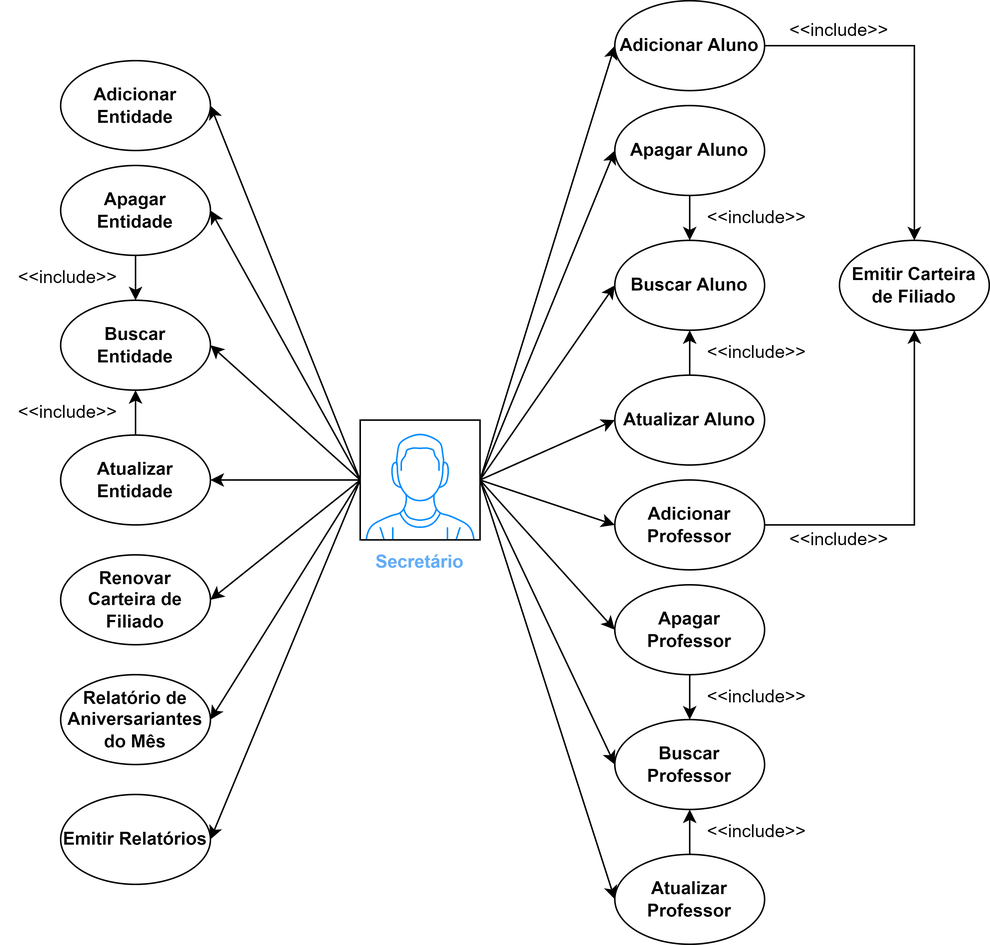
Earlier version of the draw.io export Arquivos Projeto 2022/Novos Diagramas/Diagrama de Casos de Uso.png (Jovenasso/SistemaJudocas2022). Source tidied: cells renumbered, new cells last; positions are measured from the earlier drawing's top-left corner, leaving out a move shared by most shapes.
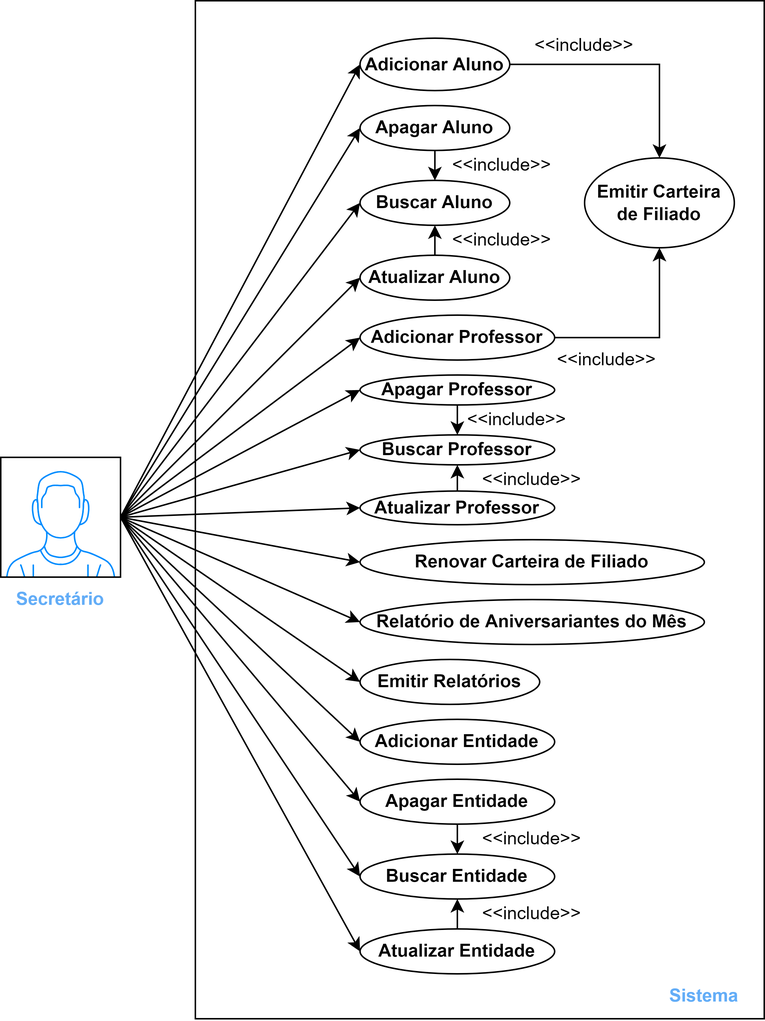
Later version of the same file.

Commit message:
Alteração Diagrama de Casos de Uso

Diff of the diagram source:
```diff
@@ -3,10 +3,10 @@
     <mxCell id="0" />
     <mxCell id="1" parent="0" />
     <mxCell id="2" style="verticalLabelPosition=bottom;shadow=0;dashed=0;align=center;html=1;verticalAlign=top;strokeWidth=1;shape=mxgraph.mockup.containers.userMale;strokeColor=default;strokeColor2=#008cff;fillColor=default;" parent="1" vertex="1">
-      <mxGeometry x="240" y="280" width="80" height="80" as="geometry" />
+      <mxGeometry x="170" y="280" width="80" height="80" as="geometry" />
     </mxCell>
     <mxCell id="3" value="Secretário" style="text;html=1;strokeColor=none;fillColor=none;align=center;verticalAlign=middle;whiteSpace=wrap;rounded=0;fontColor=#63ADF7;fontStyle=1;" parent="1" vertex="1">
-      <mxGeometry x="240" y="360" width="80" height="30" as="geometry" />
+      <mxGeometry x="170" y="360" width="80" height="30" as="geometry" />
     </mxCell>
     <mxCell id="4" style="rounded=0;jettySize=auto;html=1;exitX=1;exitY=0.5;exitDx=0;exitDy=0;entryX=0;entryY=0.5;entryDx=0;entryDy=0;" parent="1" edge="1" source="19" target="38">
       <mxGeometry relative="1" as="geometry" />
@@ -32,125 +32,131 @@
     <mxCell id="11" style="edgeStyle=none;rounded=0;jettySize=auto;html=1;exitX=1;exitY=0.5;exitDx=0;exitDy=0;entryX=0;entryY=0.5;entryDx=0;entryDy=0;" parent="1" edge="1" source="19" target="22">
       <mxGeometry relative="1" as="geometry" />
     </mxCell>
-    <mxCell id="12" style="edgeStyle=none;rounded=0;jettySize=auto;html=1;exitX=0;exitY=0.5;exitDx=0;exitDy=0;entryX=1;entryY=0.5;entryDx=0;entryDy=0;" parent="1" edge="1" source="19" target="41">
+    <mxCell id="12" style="edgeStyle=none;rounded=0;jettySize=auto;html=1;exitX=1;exitY=0.5;exitDx=0;exitDy=0;entryX=0;entryY=0.5;entryDx=0;entryDy=0;fontSize=11;" parent="1" edge="1" source="19" target="49">
       <mxGeometry relative="1" as="geometry" />
     </mxCell>
-    <mxCell id="13" style="edgeStyle=none;rounded=0;jettySize=auto;html=1;exitX=0;exitY=0.5;exitDx=0;exitDy=0;entryX=1;entryY=0.5;entryDx=0;entryDy=0;" parent="1" edge="1" source="19" target="44">
+    <mxCell id="13" style="edgeStyle=none;rounded=0;jettySize=auto;html=1;exitX=1;exitY=0.5;exitDx=0;exitDy=0;entryX=0;entryY=0.5;entryDx=0;entryDy=0;fontSize=11;" parent="1" edge="1" source="19" target="50">
       <mxGeometry relative="1" as="geometry" />
     </mxCell>
-    <mxCell id="14" style="edgeStyle=none;rounded=0;jettySize=auto;html=1;exitX=0;exitY=0.5;exitDx=0;exitDy=0;entryX=1;entryY=0.5;entryDx=0;entryDy=0;" parent="1" edge="1" source="19" target="47">
+    <mxCell id="14" style="edgeStyle=none;rounded=0;jettySize=auto;html=1;exitX=1;exitY=0.5;exitDx=0;exitDy=0;entryX=0;entryY=0.5;entryDx=0;entryDy=0;fontSize=11;" parent="1" edge="1" source="19" target="51">
       <mxGeometry relative="1" as="geometry" />
     </mxCell>
-    <mxCell id="15" style="edgeStyle=none;rounded=0;jettySize=auto;html=1;exitX=0;exitY=0.5;exitDx=0;exitDy=0;entryX=1;entryY=0.5;entryDx=0;entryDy=0;" parent="1" edge="1" source="19" target="46">
+    <mxCell id="15" style="edgeStyle=none;rounded=0;jettySize=auto;html=1;exitX=1;exitY=0.5;exitDx=0;exitDy=0;entryX=0;entryY=0.5;entryDx=0;entryDy=0;fontSize=11;" parent="1" edge="1" source="19" target="41">
       <mxGeometry relative="1" as="geometry" />
     </mxCell>
-    <mxCell id="16" style="edgeStyle=none;rounded=0;jettySize=auto;html=1;exitX=0;exitY=0.5;exitDx=0;exitDy=0;entryX=1;entryY=0.5;entryDx=0;entryDy=0;" parent="1" edge="1" source="19" target="49">
+    <mxCell id="16" style="edgeStyle=none;rounded=0;jettySize=auto;html=1;exitX=1;exitY=0.5;exitDx=0;exitDy=0;entryX=0;entryY=0.5;entryDx=0;entryDy=0;fontSize=11;" parent="1" edge="1" source="19" target="44">
       <mxGeometry relative="1" as="geometry" />
     </mxCell>
-    <mxCell id="17" style="edgeStyle=none;rounded=0;jettySize=auto;html=1;exitX=0;exitY=0.5;exitDx=0;exitDy=0;entryX=1;entryY=0.5;entryDx=0;entryDy=0;" parent="1" edge="1" source="19" target="50">
+    <mxCell id="17" style="edgeStyle=none;rounded=0;jettySize=auto;html=1;exitX=1;exitY=0.5;exitDx=0;exitDy=0;entryX=0;entryY=0.5;entryDx=0;entryDy=0;fontSize=11;" parent="1" edge="1" source="19" target="47">
       <mxGeometry relative="1" as="geometry" />
     </mxCell>
-    <mxCell id="18" style="edgeStyle=none;rounded=0;jettySize=auto;html=1;exitX=0;exitY=0.5;exitDx=0;exitDy=0;entryX=1;entryY=0.5;entryDx=0;entryDy=0;" parent="1" edge="1" source="19" target="51">
+    <mxCell id="18" style="edgeStyle=none;rounded=0;jettySize=auto;html=1;exitX=1;exitY=0.5;exitDx=0;exitDy=0;entryX=0;entryY=0.5;entryDx=0;entryDy=0;fontSize=11;" parent="1" edge="1" source="19" target="46">
       <mxGeometry relative="1" as="geometry" />
     </mxCell>
     <mxCell id="19" style="whiteSpace=wrap;html=1;strokeColor=default;fontColor=#63ADF7;fillColor=none;" parent="1" vertex="1">
-      <mxGeometry x="240" y="280" width="80" height="80" as="geometry" />
+      <mxGeometry x="170" y="280" width="80" height="80" as="geometry" />
     </mxCell>
     <mxCell id="20" value="&amp;lt;&amp;lt;include&amp;gt;&amp;gt;" style="text;html=1;strokeColor=none;fillColor=none;align=center;verticalAlign=middle;whiteSpace=wrap;rounded=0;fontColor=#000000;" parent="1" vertex="1">
-      <mxGeometry x="460" y="130" width="90" height="30" as="geometry" />
+      <mxGeometry x="460" y="75" width="90" height="20" as="geometry" />
     </mxCell>
     <mxCell id="21" style="edgeStyle=orthogonalEdgeStyle;rounded=0;jettySize=auto;html=1;exitX=1;exitY=0.5;exitDx=0;exitDy=0;entryX=0.5;entryY=0;entryDx=0;entryDy=0;" parent="1" edge="1" source="22" target="31">
       <mxGeometry relative="1" as="geometry" />
     </mxCell>
     <mxCell id="22" value="Adicionar Aluno" style="ellipse;whiteSpace=wrap;html=1;strokeColor=default;fontColor=#000000;fillColor=none;fontStyle=1;" parent="1" vertex="1">
-      <mxGeometry x="410" width="100" height="60" as="geometry" />
+      <mxGeometry x="410" width="100" height="35" as="geometry" />
     </mxCell>
     <mxCell id="23" style="edgeStyle=orthogonalEdgeStyle;rounded=0;jettySize=auto;html=1;exitX=0.5;exitY=1;exitDx=0;exitDy=0;entryX=0.5;entryY=0;entryDx=0;entryDy=0;" parent="1" edge="1" source="24" target="27">
       <mxGeometry relative="1" as="geometry" />
     </mxCell>
     <mxCell id="24" value="Apagar Aluno" style="ellipse;whiteSpace=wrap;html=1;strokeColor=default;fontColor=#000000;fillColor=none;fontStyle=1;" parent="1" vertex="1">
-      <mxGeometry x="410" y="70" width="100" height="60" as="geometry" />
+      <mxGeometry x="410" y="45" width="100" height="30" as="geometry" />
     </mxCell>
     <mxCell id="25" style="edgeStyle=orthogonalEdgeStyle;rounded=0;jettySize=auto;html=1;exitX=0.5;exitY=0;exitDx=0;exitDy=0;entryX=0.5;entryY=1;entryDx=0;entryDy=0;" parent="1" edge="1" source="26" target="27">
       <mxGeometry relative="1" as="geometry" />
     </mxCell>
     <mxCell id="26" value="Atualizar Aluno" style="ellipse;whiteSpace=wrap;html=1;strokeColor=default;fontColor=#000000;fillColor=none;fontStyle=1;" parent="1" vertex="1">
-      <mxGeometry x="410" y="250" width="100" height="60" as="geometry" />
+      <mxGeometry x="410" y="145" width="100" height="30" as="geometry" />
     </mxCell>
     <mxCell id="27" value="Buscar Aluno" style="ellipse;whiteSpace=wrap;html=1;strokeColor=default;fontColor=#000000;fillColor=none;fontStyle=1;" parent="1" vertex="1">
-      <mxGeometry x="410" y="160" width="100" height="60" as="geometry" />
+      <mxGeometry x="410" y="95" width="100" height="30" as="geometry" />
     </mxCell>
     <mxCell id="28" value="&amp;lt;&amp;lt;include&amp;gt;&amp;gt;" style="text;html=1;strokeColor=none;fillColor=none;align=center;verticalAlign=middle;whiteSpace=wrap;rounded=0;fontColor=#000000;" parent="1" vertex="1">
-      <mxGeometry x="460" y="220" width="90" height="30" as="geometry" />
+      <mxGeometry x="460" y="125" width="90" height="20" as="geometry" />
     </mxCell>
     <mxCell id="29" style="edgeStyle=orthogonalEdgeStyle;rounded=0;jettySize=auto;html=1;exitX=1;exitY=0.5;exitDx=0;exitDy=0;entryX=0.5;entryY=1;entryDx=0;entryDy=0;" parent="1" edge="1" source="30" target="31">
       <mxGeometry relative="1" as="geometry" />
     </mxCell>
     <mxCell id="30" value="Adicionar Professor" style="ellipse;whiteSpace=wrap;html=1;strokeColor=default;fontColor=#000000;fillColor=none;fontStyle=1;" parent="1" vertex="1">
-      <mxGeometry x="410" y="320" width="100" height="60" as="geometry" />
+      <mxGeometry x="410" y="185" width="130" height="30" as="geometry" />
     </mxCell>
     <mxCell id="31" value="Emitir Carteira de Filiado" style="ellipse;whiteSpace=wrap;html=1;strokeColor=default;fontColor=#000000;fillColor=none;fontStyle=1;" parent="1" vertex="1">
-      <mxGeometry x="560" y="160" width="100" height="60" as="geometry" />
+      <mxGeometry x="560" y="80" width="100" height="60" as="geometry" />
     </mxCell>
     <mxCell id="32" value="&amp;lt;&amp;lt;include&amp;gt;&amp;gt;" style="text;html=1;strokeColor=none;fillColor=none;align=center;verticalAlign=middle;whiteSpace=wrap;rounded=0;fontColor=#000000;" parent="1" vertex="1">
-      <mxGeometry x="510" y="10" width="100" height="20" as="geometry" />
+      <mxGeometry x="510" y="-5" width="100" height="20" as="geometry" />
     </mxCell>
     <mxCell id="33" value="&amp;lt;&amp;lt;include&amp;gt;&amp;gt;" style="text;html=1;strokeColor=none;fillColor=none;align=center;verticalAlign=middle;whiteSpace=wrap;rounded=0;fontColor=#000000;" parent="1" vertex="1">
-      <mxGeometry x="510" y="350" width="100" height="20" as="geometry" />
+      <mxGeometry x="540" y="205" width="70" height="20" as="geometry" />
     </mxCell>
     <mxCell id="34" value="&amp;lt;&amp;lt;include&amp;gt;&amp;gt;" style="text;html=1;strokeColor=none;fillColor=none;align=center;verticalAlign=middle;whiteSpace=wrap;rounded=0;fontColor=#000000;" parent="1" vertex="1">
-      <mxGeometry x="460" y="450" width="90" height="30" as="geometry" />
+      <mxGeometry x="480" y="285" width="90" height="20" as="geometry" />
     </mxCell>
     <mxCell id="35" style="edgeStyle=orthogonalEdgeStyle;rounded=0;jettySize=auto;html=1;exitX=0.5;exitY=1;exitDx=0;exitDy=0;entryX=0.5;entryY=0;entryDx=0;entryDy=0;" parent="1" edge="1" source="36" target="39">
       <mxGeometry relative="1" as="geometry" />
     </mxCell>
     <mxCell id="36" value="Apagar Professor" style="ellipse;whiteSpace=wrap;html=1;strokeColor=default;fontColor=#000000;fillColor=none;fontStyle=1;" parent="1" vertex="1">
-      <mxGeometry x="410" y="390" width="100" height="60" as="geometry" />
+      <mxGeometry x="410" y="225" width="130" height="20" as="geometry" />
     </mxCell>
     <mxCell id="37" style="edgeStyle=orthogonalEdgeStyle;rounded=0;jettySize=auto;html=1;exitX=0.5;exitY=0;exitDx=0;exitDy=0;entryX=0.5;entryY=1;entryDx=0;entryDy=0;" parent="1" edge="1" source="38" target="39">
       <mxGeometry relative="1" as="geometry" />
     </mxCell>
     <mxCell id="38" value="Atualizar Professor" style="ellipse;whiteSpace=wrap;html=1;strokeColor=default;fontColor=#000000;fillColor=none;fontStyle=1;" parent="1" vertex="1">
-      <mxGeometry x="410" y="570" width="100" height="60" as="geometry" />
+      <mxGeometry x="410" y="302.5" width="130" height="22.5" as="geometry" />
     </mxCell>
     <mxCell id="39" value="Buscar Professor" style="ellipse;whiteSpace=wrap;html=1;strokeColor=default;fontColor=#000000;fillColor=none;fontStyle=1;" parent="1" vertex="1">
-      <mxGeometry x="410" y="480" width="100" height="60" as="geometry" />
+      <mxGeometry x="410" y="265" width="130" height="20" as="geometry" />
     </mxCell>
     <mxCell id="40" value="&amp;lt;&amp;lt;include&amp;gt;&amp;gt;" style="text;html=1;strokeColor=none;fillColor=none;align=center;verticalAlign=middle;whiteSpace=wrap;rounded=0;fontColor=#000000;" parent="1" vertex="1">
-      <mxGeometry x="460" y="540" width="90" height="30" as="geometry" />
+      <mxGeometry x="470" y="245" width="90" height="20" as="geometry" />
     </mxCell>
     <mxCell id="41" value="Adicionar Entidade" style="ellipse;whiteSpace=wrap;html=1;strokeColor=default;fontColor=#000000;fillColor=none;fontStyle=1;" parent="1" vertex="1">
-      <mxGeometry x="40" y="40" width="100" height="60" as="geometry" />
+      <mxGeometry x="410" y="455" width="130" height="30" as="geometry" />
     </mxCell>
     <mxCell id="42" value="&amp;lt;&amp;lt;include&amp;gt;&amp;gt;" style="text;html=1;strokeColor=none;fillColor=none;align=center;verticalAlign=middle;whiteSpace=wrap;rounded=0;fontColor=#000000;" parent="1" vertex="1">
-      <mxGeometry y="170" width="90" height="30" as="geometry" />
+      <mxGeometry x="480" y="525" width="90" height="20" as="geometry" />
     </mxCell>
     <mxCell id="43" style="edgeStyle=orthogonalEdgeStyle;rounded=0;jettySize=auto;html=1;exitX=0.5;exitY=1;exitDx=0;exitDy=0;entryX=0.5;entryY=0;entryDx=0;entryDy=0;" parent="1" edge="1" source="44" target="47">
       <mxGeometry relative="1" as="geometry" />
     </mxCell>
-    <mxCell id="44" value="Apagar&lt;br&gt;Entidade" style="ellipse;whiteSpace=wrap;html=1;strokeColor=default;fontColor=#000000;fillColor=none;fontStyle=1;" parent="1" vertex="1">
-      <mxGeometry x="40" y="110" width="100" height="60" as="geometry" />
+    <mxCell id="44" value="Apagar Entidade" style="ellipse;whiteSpace=wrap;html=1;strokeColor=default;fontColor=#000000;fillColor=none;fontStyle=1;" parent="1" vertex="1">
+      <mxGeometry x="410" y="495" width="130" height="30" as="geometry" />
     </mxCell>
     <mxCell id="45" style="edgeStyle=orthogonalEdgeStyle;rounded=0;jettySize=auto;html=1;exitX=0.5;exitY=0;exitDx=0;exitDy=0;entryX=0.5;entryY=1;entryDx=0;entryDy=0;" parent="1" edge="1" source="46" target="47">
       <mxGeometry relative="1" as="geometry" />
     </mxCell>
     <mxCell id="46" value="Atualizar Entidade" style="ellipse;whiteSpace=wrap;html=1;strokeColor=default;fontColor=#000000;fillColor=none;fontStyle=1;" parent="1" vertex="1">
-      <mxGeometry x="40" y="290" width="100" height="60" as="geometry" />
+      <mxGeometry x="410" y="595" width="130" height="30" as="geometry" />
     </mxCell>
-    <mxCell id="47" value="Buscar&lt;br&gt;Entidade" style="ellipse;whiteSpace=wrap;html=1;strokeColor=default;fontColor=#000000;fillColor=none;fontStyle=1;" parent="1" vertex="1">
-      <mxGeometry x="40" y="200" width="100" height="60" as="geometry" />
+    <mxCell id="47" value="Buscar Entidade" style="ellipse;whiteSpace=wrap;html=1;strokeColor=default;fontColor=#000000;fillColor=none;fontStyle=1;" parent="1" vertex="1">
+      <mxGeometry x="410" y="545" width="130" height="30" as="geometry" />
     </mxCell>
     <mxCell id="48" value="&amp;lt;&amp;lt;include&amp;gt;&amp;gt;" style="text;html=1;strokeColor=none;fillColor=none;align=center;verticalAlign=middle;whiteSpace=wrap;rounded=0;fontColor=#000000;" parent="1" vertex="1">
-      <mxGeometry y="260" width="90" height="30" as="geometry" />
+      <mxGeometry x="480" y="575" width="90" height="20" as="geometry" />
     </mxCell>
-    <mxCell id="49" value="Renovar&lt;br&gt;Carteira de Filiado" style="ellipse;whiteSpace=wrap;html=1;strokeColor=default;fontColor=#000000;fillColor=none;fontStyle=1;" parent="1" vertex="1">
-      <mxGeometry x="40" y="370" width="100" height="60" as="geometry" />
+    <mxCell id="49" value="Renovar Carteira de Filiado" style="ellipse;whiteSpace=wrap;html=1;strokeColor=default;fontColor=#000000;fillColor=none;fontStyle=1;" parent="1" vertex="1">
+      <mxGeometry x="410" y="335" width="230" height="30" as="geometry" />
     </mxCell>
     <mxCell id="50" value="Relatório de Aniversariantes do Mês" style="ellipse;whiteSpace=wrap;html=1;strokeColor=default;fontColor=#000000;fillColor=none;fontStyle=1;" parent="1" vertex="1">
-      <mxGeometry x="40" y="450" width="100" height="60" as="geometry" />
+      <mxGeometry x="410" y="375" width="230" height="30" as="geometry" />
     </mxCell>
     <mxCell id="51" value="Emitir Relatórios" style="ellipse;whiteSpace=wrap;html=1;strokeColor=default;fontColor=#000000;fillColor=none;fontStyle=1;" parent="1" vertex="1">
-      <mxGeometry x="40" y="530" width="100" height="60" as="geometry" />
+      <mxGeometry x="410" y="415" width="120" height="30" as="geometry" />
     </mxCell>
+    <mxCell id="52" style="rounded=0;whiteSpace=wrap;html=1;fontSize=11;fillColor=none;" parent="1" vertex="1">
+      <mxGeometry x="300" y="-25" width="380" height="680" as="geometry" />
+    </mxCell>
+    <mxCell id="53" value="Sistema" style="text;html=1;strokeColor=none;fillColor=none;align=center;verticalAlign=middle;whiteSpace=wrap;rounded=0;fontColor=#63ADF7;fontStyle=1;" parent="1" vertex="1">
+      <mxGeometry x="600" y="625" width="80" height="30" as="geometry" />
+    </mxCell>
   </root>
 </mxGraphModel>
```
